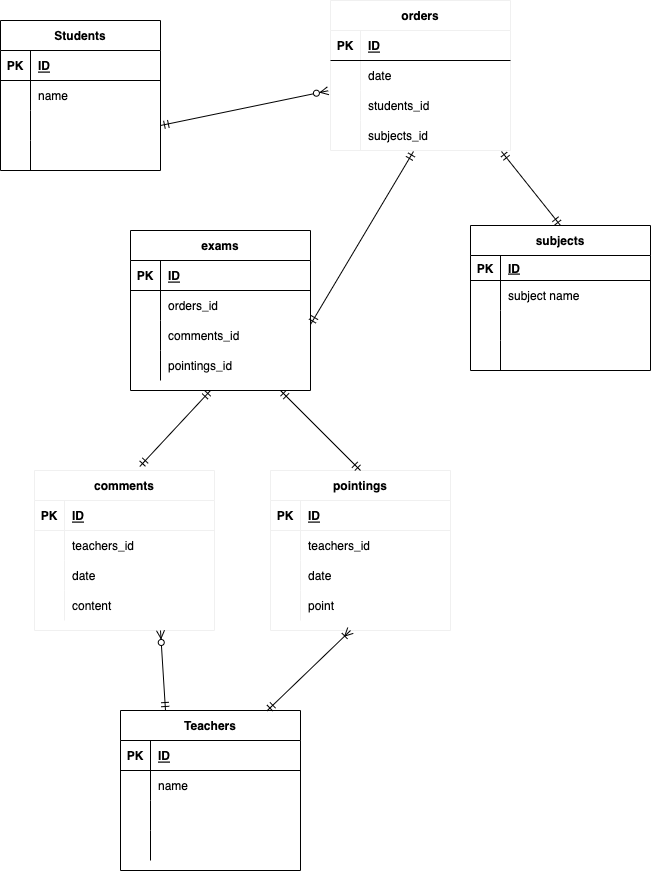
Yokovzjhd2/databaseensyuu keeps this draw.io diagram as practice.drawio.png. Above is the earlier version. Source tidied: cells renumbered, new cells last; positions are measured from the earlier drawing's top-left corner, leaving out a move shared by most shapes.
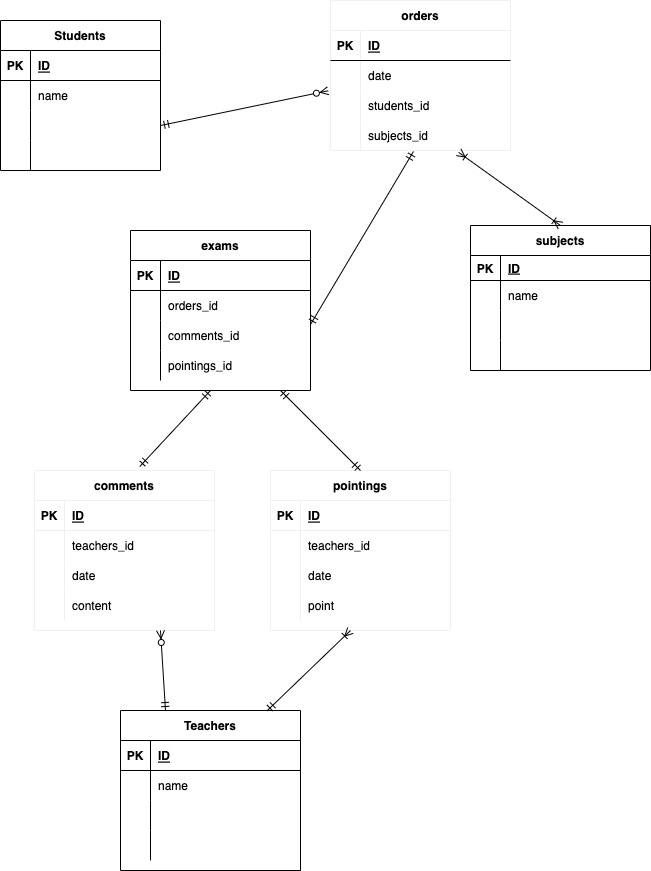
Above is the later version.

Change to the diagram source:
```diff
@@ -280,7 +280,7 @@
     <mxCell id="91" style="shape=partialRectangle;fillColor=none;top=0;left=0;bottom=0;right=0;overflow=hidden;" parent="90" vertex="1">
       <mxGeometry width="30" height="30" as="geometry" />
     </mxCell>
-    <mxCell id="92" value="subject name" style="shape=partialRectangle;fillColor=none;top=0;left=0;bottom=0;right=0;align=left;spacingLeft=6;overflow=hidden;" parent="90" vertex="1">
+    <mxCell id="92" value="name" style="shape=partialRectangle;fillColor=none;top=0;left=0;bottom=0;right=0;align=left;spacingLeft=6;overflow=hidden;" parent="90" vertex="1">
       <mxGeometry x="30" width="150" height="30" as="geometry" />
     </mxCell>
     <mxCell id="93" style="shape=partialRectangle;fillColor=none;top=0;left=0;bottom=0;right=0;" parent="86" vertex="1">
@@ -301,7 +301,7 @@
     <mxCell id="98" style="shape=partialRectangle;fillColor=none;top=0;left=0;bottom=0;right=0;align=left;spacingLeft=6;overflow=hidden;" parent="96" vertex="1">
       <mxGeometry x="30" width="150" height="30" as="geometry" />
     </mxCell>
-    <mxCell id="99" style="fontSize=12;html=1;endArrow=ERmandOne;startArrow=ERmandOne;entryX=0.5;entryY=0;entryDx=0;entryDy=0;exitX=0.95;exitY=1.033;exitDx=0;exitDy=0;exitPerimeter=0;" parent="1" edge="1" source="38" target="86">
+    <mxCell id="99" style="fontSize=12;html=1;endArrow=ERoneToMany;startArrow=ERoneToMany;entryX=0.5;entryY=0;entryDx=0;entryDy=0;exitX=0.712;exitY=1.062;exitDx=0;exitDy=0;exitPerimeter=0;" parent="1" edge="1" source="38" target="86">
       <mxGeometry relative="1" as="geometry" />
     </mxCell>
   </root>
```
